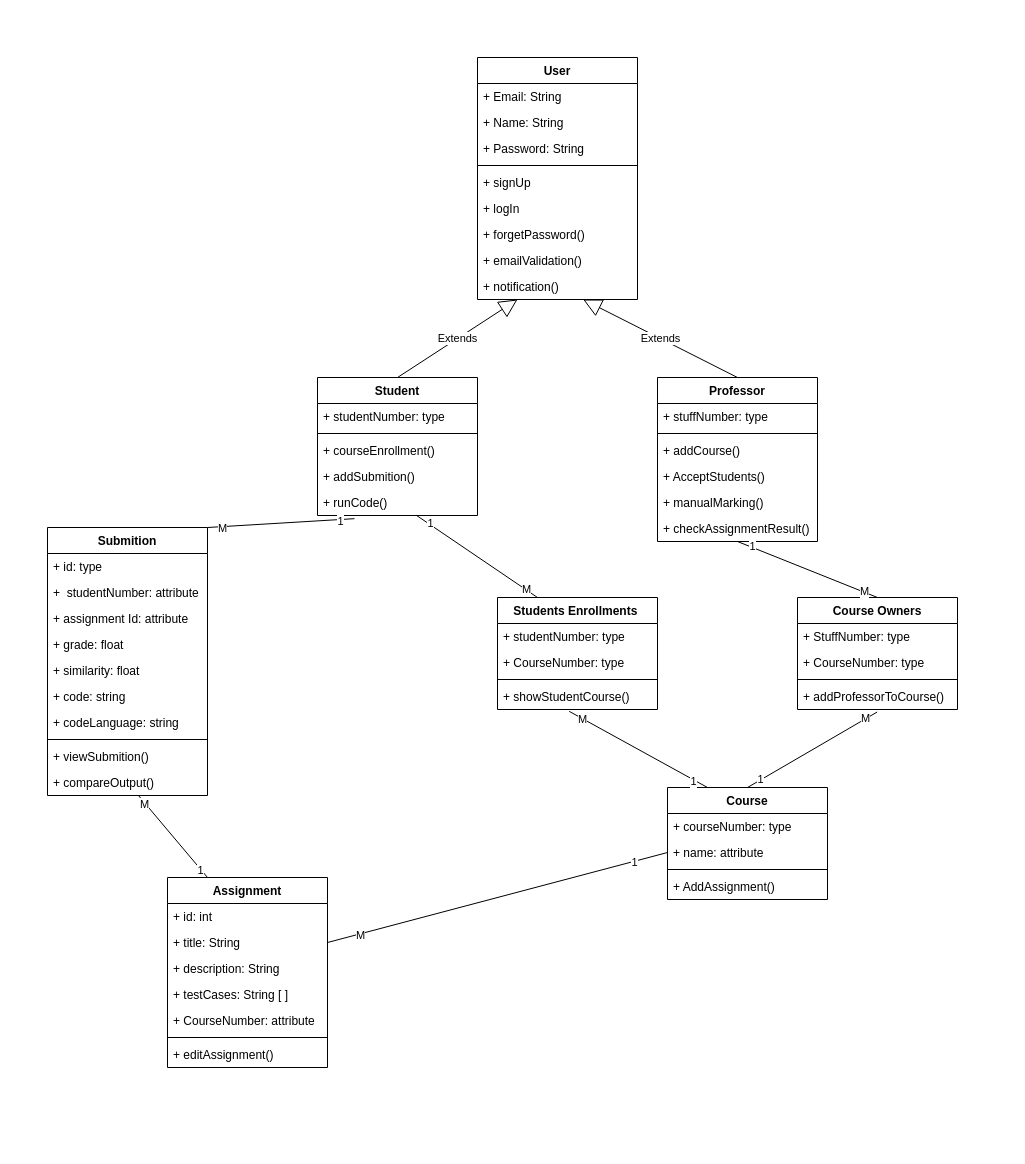
Before: Project Matirial/An-Najah Rank.drawio in Momen-Odeh/An-Najah-Rank, a draw.io diagram. Source tidied: cells renumbered, new cells numbered last; positions are measured from the earlier drawing's top-left corner, leaving out a move shared by most shapes. Both pictures are drawn from the tidied source at 100%, with x=0, y=0 at pixel (47, 57).
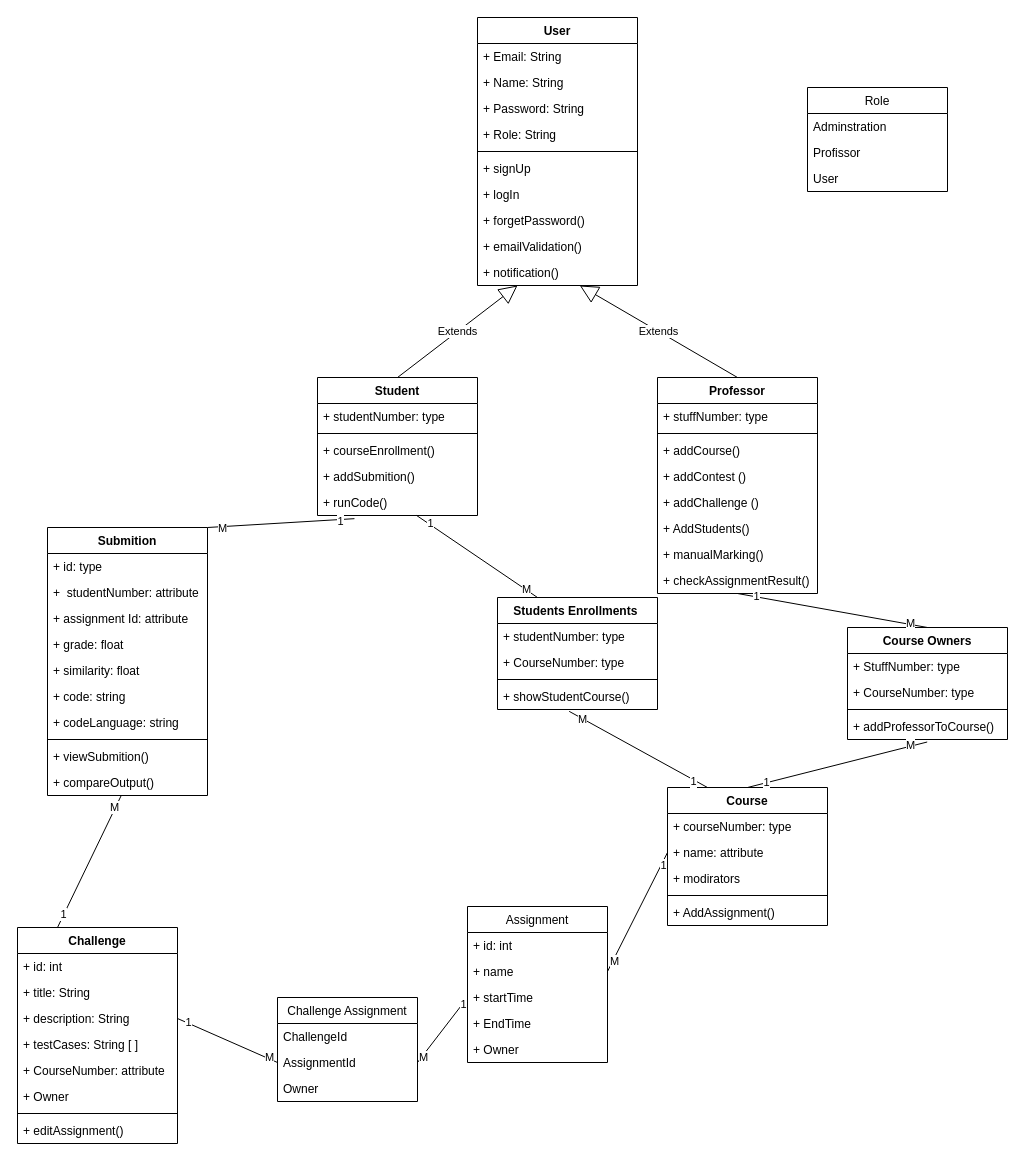
Above is the later version.

Unchanged cells that the change refers to:
```xml
<mxCell id="29" value="+ name: attribute" style="text;strokeColor=none;fillColor=none;align=left;verticalAlign=top;spacingLeft=4;spacingRight=4;overflow=hidden;points=[[0,0.5],[1,0.5]];portConstraint=eastwest;" parent="27" vertex="1">
  <mxGeometry y="52" width="160" height="26" as="geometry" />
</mxCell>
<mxCell id="34" value="+ title: String" style="text;strokeColor=none;fillColor=none;align=left;verticalAlign=top;spacingLeft=4;spacingRight=4;overflow=hidden;points=[[0,0.5],[1,0.5]];portConstraint=eastwest;" parent="32" vertex="1">
  <mxGeometry y="52" width="160" height="26" as="geometry" />
</mxCell>
<mxCell id="35" value="+ description: String" style="text;strokeColor=none;fillColor=none;align=left;verticalAlign=top;spacingLeft=4;spacingRight=4;overflow=hidden;points=[[0,0.5],[1,0.5]];portConstraint=eastwest;" parent="32" vertex="1">
  <mxGeometry y="78" width="160" height="26" as="geometry" />
</mxCell>
```

What changed in the source:
```diff
@@
     <mxCell id="2" value="User" style="swimlane;fontStyle=1;align=center;verticalAlign=top;horizontal=1;startSize=26;" parent="1" vertex="1">
-      <mxGeometry x="430" width="160" height="242" as="geometry" />
+      <mxGeometry x="430" y="-40" width="160" height="268" as="geometry" />
     </mxCell>
@@
+    <mxCell id="82" value="+ Role: String" style="text;strokeColor=none;fillColor=none;align=left;verticalAlign=top;spacingLeft=4;spacingRight=4;overflow=hidden;" parent="2" vertex="1">
+      <mxGeometry y="104" width="160" height="26" as="geometry" />
+    </mxCell>
     <mxCell id="6" style="line;strokeWidth=1;fillColor=none;align=left;verticalAlign=middle;spacingTop=-1;spacingLeft=3;spacingRight=3;labelPosition=right;" parent="2" vertex="1">
-      <mxGeometry y="104" width="160" height="8" as="geometry" />
+      <mxGeometry y="130" width="160" height="8" as="geometry" />
     </mxCell>
     <mxCell id="7" value="+ signUp" style="text;strokeColor=none;fillColor=none;align=left;verticalAlign=top;spacingLeft=4;spacingRight=4;overflow=hidden;" parent="2" vertex="1">
-      <mxGeometry y="112" width="160" height="26" as="geometry" />
+      <mxGeometry y="138" width="160" height="26" as="geometry" />
     </mxCell>
     <mxCell id="8" value="+ logIn" style="text;strokeColor=none;fillColor=none;align=left;verticalAlign=top;spacingLeft=4;spacingRight=4;overflow=hidden;" parent="2" vertex="1">
-      <mxGeometry y="138" width="160" height="26" as="geometry" />
+      <mxGeometry y="164" width="160" height="26" as="geometry" />
     </mxCell>
     <mxCell id="9" value="+ forgetPassword()" style="text;strokeColor=none;fillColor=none;align=left;verticalAlign=top;spacingLeft=4;spacingRight=4;overflow=hidden;" parent="2" vertex="1">
-      <mxGeometry y="164" width="160" height="26" as="geometry" />
+      <mxGeometry y="190" width="160" height="26" as="geometry" />
     </mxCell>
     <mxCell id="10" value="+ emailValidation()" style="text;strokeColor=none;fillColor=none;align=left;verticalAlign=top;spacingLeft=4;spacingRight=4;overflow=hidden;" parent="2" vertex="1">
-      <mxGeometry y="190" width="160" height="26" as="geometry" />
+      <mxGeometry y="216" width="160" height="26" as="geometry" />
     </mxCell>
     <mxCell id="11" value="+ notification()" style="text;strokeColor=none;fillColor=none;align=left;verticalAlign=top;spacingLeft=4;spacingRight=4;overflow=hidden;points=[[0,0.5],[1,0.5]];portConstraint=eastwest;" parent="2" vertex="1">
-      <mxGeometry y="216" width="160" height="26" as="geometry" />
+      <mxGeometry y="242" width="160" height="26" as="geometry" />
     </mxCell>
@@
     <mxCell id="18" value="Professor" style="swimlane;fontStyle=1;align=center;verticalAlign=top;horizontal=1;startSize=26;" parent="1" vertex="1">
-      <mxGeometry x="610" y="320" width="160" height="164" as="geometry" />
+      <mxGeometry x="610" y="320" width="160" height="216" as="geometry" />
     </mxCell>
@@
+    <mxCell id="83" value="+ addContest ()" style="text;strokeColor=none;fillColor=none;align=left;verticalAlign=top;spacingLeft=4;spacingRight=4;overflow=hidden;" parent="18" vertex="1">
+      <mxGeometry y="86" width="160" height="26" as="geometry" />
+    </mxCell>
+    <mxCell id="84" value="+ addChallenge ()" style="text;strokeColor=none;fillColor=none;align=left;verticalAlign=top;spacingLeft=4;spacingRight=4;overflow=hidden;" parent="18" vertex="1">
+      <mxGeometry y="112" width="160" height="26" as="geometry" />
+    </mxCell>
-    <mxCell id="22" value="+ AcceptStudents()" style="text;strokeColor=none;fillColor=none;align=left;verticalAlign=top;spacingLeft=4;spacingRight=4;overflow=hidden;" parent="18" vertex="1">
-      <mxGeometry y="86" width="160" height="26" as="geometry" />
+    <mxCell id="22" value="+ AddStudents()" style="text;strokeColor=none;fillColor=none;align=left;verticalAlign=top;spacingLeft=4;spacingRight=4;overflow=hidden;" parent="18" vertex="1">
+      <mxGeometry y="138" width="160" height="26" as="geometry" />
     </mxCell>
     <mxCell id="23" value="+ manualMarking()" style="text;strokeColor=none;fillColor=none;align=left;verticalAlign=top;spacingLeft=4;spacingRight=4;overflow=hidden;" parent="18" vertex="1">
-      <mxGeometry y="112" width="160" height="26" as="geometry" />
+      <mxGeometry y="164" width="160" height="26" as="geometry" />
     </mxCell>
     <mxCell id="24" value="+ checkAssignmentResult()" style="text;strokeColor=none;fillColor=none;align=left;verticalAlign=top;spacingLeft=4;spacingRight=4;overflow=hidden;" parent="18" vertex="1">
-      <mxGeometry y="138" width="160" height="26" as="geometry" />
+      <mxGeometry y="190" width="160" height="26" as="geometry" />
     </mxCell>
@@
     <mxCell id="27" value="Course" style="swimlane;fontStyle=1;align=center;verticalAlign=top;horizontal=1;startSize=26;" parent="1" vertex="1">
-      <mxGeometry x="620" y="730" width="160" height="112" as="geometry" />
+      <mxGeometry x="620" y="730" width="160" height="138" as="geometry" />
     </mxCell>
@@
+    <mxCell id="85" value="+ modirators" style="text;strokeColor=none;fillColor=none;align=left;verticalAlign=top;spacingLeft=4;spacingRight=4;overflow=hidden;" parent="27" vertex="1">
+      <mxGeometry y="78" width="160" height="26" as="geometry" />
+    </mxCell>
     <mxCell id="30" style="line;strokeWidth=1;fillColor=none;align=left;verticalAlign=middle;spacingTop=-1;spacingLeft=3;spacingRight=3;labelPosition=right;" parent="27" vertex="1">
-      <mxGeometry y="78" width="160" height="8" as="geometry" />
+      <mxGeometry y="104" width="160" height="8" as="geometry" />
     </mxCell>
     <mxCell id="31" value="+ AddAssignment()" style="text;strokeColor=none;fillColor=none;align=left;verticalAlign=top;spacingLeft=4;spacingRight=4;overflow=hidden;" parent="27" vertex="1">
-      <mxGeometry y="86" width="160" height="26" as="geometry" />
+      <mxGeometry y="112" width="160" height="26" as="geometry" />
     </mxCell>
-    <mxCell id="32" value="Assignment" style="swimlane;fontStyle=1;align=center;verticalAlign=top;horizontal=1;startSize=26;" parent="1" vertex="1">
-      <mxGeometry x="120" y="820" width="160" height="190" as="geometry" />
+    <mxCell id="32" value="Challenge" style="swimlane;fontStyle=1;align=center;verticalAlign=top;horizontal=1;startSize=26;" parent="1" vertex="1">
+      <mxGeometry x="-30" y="870" width="160" height="216" as="geometry" />
     </mxCell>
@@
+    <mxCell id="86" value="+ Owner" style="text;strokeColor=none;fillColor=none;align=left;verticalAlign=top;spacingLeft=4;spacingRight=4;overflow=hidden;" parent="32" vertex="1">
+      <mxGeometry y="156" width="160" height="26" as="geometry" />
+    </mxCell>
     <mxCell id="38" style="line;strokeWidth=1;fillColor=none;align=left;verticalAlign=middle;spacingTop=-1;spacingLeft=3;spacingRight=3;labelPosition=right;" parent="32" vertex="1">
-      <mxGeometry y="156" width="160" height="8" as="geometry" />
+      <mxGeometry y="182" width="160" height="8" as="geometry" />
     </mxCell>
     <mxCell id="39" value="+ editAssignment()&#10;" style="text;strokeColor=none;fillColor=none;align=left;verticalAlign=top;spacingLeft=4;spacingRight=4;overflow=hidden;" parent="32" vertex="1">
-      <mxGeometry y="164" width="160" height="26" as="geometry" />
+      <mxGeometry y="190" width="160" height="26" as="geometry" />
     </mxCell>
     <mxCell id="40" value="Course Owners" style="swimlane;fontStyle=1;align=center;verticalAlign=top;horizontal=1;startSize=26;" parent="1" vertex="1">
-      <mxGeometry x="750" y="540" width="160" height="112" as="geometry" />
+      <mxGeometry x="800" y="570" width="160" height="112" as="geometry" />
     </mxCell>
@@
-    <mxCell id="62" style="endArrow=none;html=1;rounded=0;exitX=0;exitY=0.5;exitDx=0;exitDy=0;entryX=1;entryY=0.5;entryDx=0;entryDy=0;" parent="1" edge="1" source="29" target="34">
+    <mxCell id="62" style="endArrow=none;html=1;rounded=0;exitX=0;exitY=0.5;exitDx=0;exitDy=0;entryX=1;entryY=0.5;entryDx=0;entryDy=0;" parent="1" edge="1" source="29" target="93">
       <mxGeometry relative="1" as="geometry" />
     </mxCell>
@@
+    <mxCell id="87" value="Role" style="swimlane;fontStyle=0;horizontal=1;startSize=26;fillColor=none;" parent="1" vertex="1">
+      <mxGeometry x="760" y="30" width="140" height="104" as="geometry" />
+    </mxCell>
+    <mxCell id="88" value="Adminstration" style="text;strokeColor=none;fillColor=none;align=left;verticalAlign=top;spacingLeft=4;spacingRight=4;overflow=hidden;" parent="87" vertex="1">
+      <mxGeometry y="26" width="140" height="26" as="geometry" />
+    </mxCell>
+    <mxCell id="89" value="Profissor" style="text;strokeColor=none;fillColor=none;align=left;verticalAlign=top;spacingLeft=4;spacingRight=4;overflow=hidden;" parent="87" vertex="1">
+      <mxGeometry y="52" width="140" height="26" as="geometry" />
+    </mxCell>
+    <mxCell id="90" value="User" style="text;strokeColor=none;fillColor=none;align=left;verticalAlign=top;spacingLeft=4;spacingRight=4;overflow=hidden;" parent="87" vertex="1">
+      <mxGeometry y="78" width="140" height="26" as="geometry" />
+    </mxCell>
+    <mxCell id="91" value="Assignment" style="swimlane;fontStyle=0;horizontal=1;startSize=26;fillColor=none;" parent="1" vertex="1">
+      <mxGeometry x="420" y="849" width="140" height="156" as="geometry" />
+    </mxCell>
+    <mxCell id="92" value="+ id: int" style="text;strokeColor=none;fillColor=none;align=left;verticalAlign=top;spacingLeft=4;spacingRight=4;overflow=hidden;" parent="91" vertex="1">
+      <mxGeometry y="26" width="140" height="26" as="geometry" />
+    </mxCell>
+    <mxCell id="93" value="+ name" style="text;strokeColor=none;fillColor=none;align=left;verticalAlign=top;spacingLeft=4;spacingRight=4;overflow=hidden;points=[[0,0.5],[1,0.5]];portConstraint=eastwest;" parent="91" vertex="1">
+      <mxGeometry y="52" width="140" height="26" as="geometry" />
+    </mxCell>
+    <mxCell id="94" value="+ startTime" style="text;strokeColor=none;fillColor=none;align=left;verticalAlign=top;spacingLeft=4;spacingRight=4;overflow=hidden;points=[[0,0.5],[1,0.5]];portConstraint=eastwest;" parent="91" vertex="1">
+      <mxGeometry y="78" width="140" height="26" as="geometry" />
+    </mxCell>
+    <mxCell id="95" value="+ EndTime" style="text;strokeColor=none;fillColor=none;align=left;verticalAlign=top;spacingLeft=4;spacingRight=4;overflow=hidden;" parent="91" vertex="1">
+      <mxGeometry y="104" width="140" height="26" as="geometry" />
+    </mxCell>
+    <mxCell id="96" value="+ Owner" style="text;strokeColor=none;fillColor=none;align=left;verticalAlign=top;spacingLeft=4;spacingRight=4;overflow=hidden;" parent="91" vertex="1">
+      <mxGeometry y="130" width="140" height="26" as="geometry" />
+    </mxCell>
+    <mxCell id="97" value="Challenge Assignment" style="swimlane;fontStyle=0;horizontal=1;startSize=26;fillColor=none;" parent="1" vertex="1">
+      <mxGeometry x="230" y="940" width="140" height="104" as="geometry" />
+    </mxCell>
+    <mxCell id="98" value="ChallengeId" style="text;strokeColor=none;fillColor=none;align=left;verticalAlign=top;spacingLeft=4;spacingRight=4;overflow=hidden;" parent="97" vertex="1">
+      <mxGeometry y="26" width="140" height="26" as="geometry" />
+    </mxCell>
+    <mxCell id="99" value="AssignmentId" style="text;strokeColor=none;fillColor=none;align=left;verticalAlign=top;spacingLeft=4;spacingRight=4;overflow=hidden;points=[[0,0.5],[1,0.5]];portConstraint=eastwest;" parent="97" vertex="1">
+      <mxGeometry y="52" width="140" height="26" as="geometry" />
+    </mxCell>
+    <mxCell id="100" value="Owner" style="text;strokeColor=none;fillColor=none;align=left;verticalAlign=top;spacingLeft=4;spacingRight=4;overflow=hidden;" parent="97" vertex="1">
+      <mxGeometry y="78" width="140" height="26" as="geometry" />
+    </mxCell>
+    <mxCell id="101" style="endArrow=none;html=1;rounded=0;exitX=0;exitY=0.5;exitDx=0;exitDy=0;entryX=1;entryY=0.5;entryDx=0;entryDy=0;" parent="1" edge="1" source="94" target="99">
+      <mxGeometry relative="1" as="geometry" />
+    </mxCell>
+    <mxCell id="102" value="M" style="edgeLabel;html=1;align=center;verticalAlign=middle;" parent="101" vertex="1">
+      <mxGeometry x="0.81" y="1" relative="1" as="geometry" />
+    </mxCell>
+    <mxCell id="103" value="1" style="edgeLabel;html=1;align=center;verticalAlign=middle;" parent="101" vertex="1">
+      <mxGeometry x="-0.8" y="1" relative="1" as="geometry" />
+    </mxCell>
+    <mxCell id="104" style="endArrow=none;html=1;rounded=0;exitX=1;exitY=0.5;exitDx=0;exitDy=0;entryX=0;entryY=0.5;entryDx=0;entryDy=0;" parent="1" edge="1" source="35" target="99">
+      <mxGeometry relative="1" as="geometry" />
+    </mxCell>
+    <mxCell id="105" value="M" style="edgeLabel;html=1;align=center;verticalAlign=middle;" parent="104" vertex="1">
+      <mxGeometry x="0.81" y="1" relative="1" as="geometry" />
+    </mxCell>
+    <mxCell id="106" value="1" style="edgeLabel;html=1;align=center;verticalAlign=middle;" parent="104" vertex="1">
+      <mxGeometry x="-0.8" y="1" relative="1" as="geometry" />
+    </mxCell>
```
